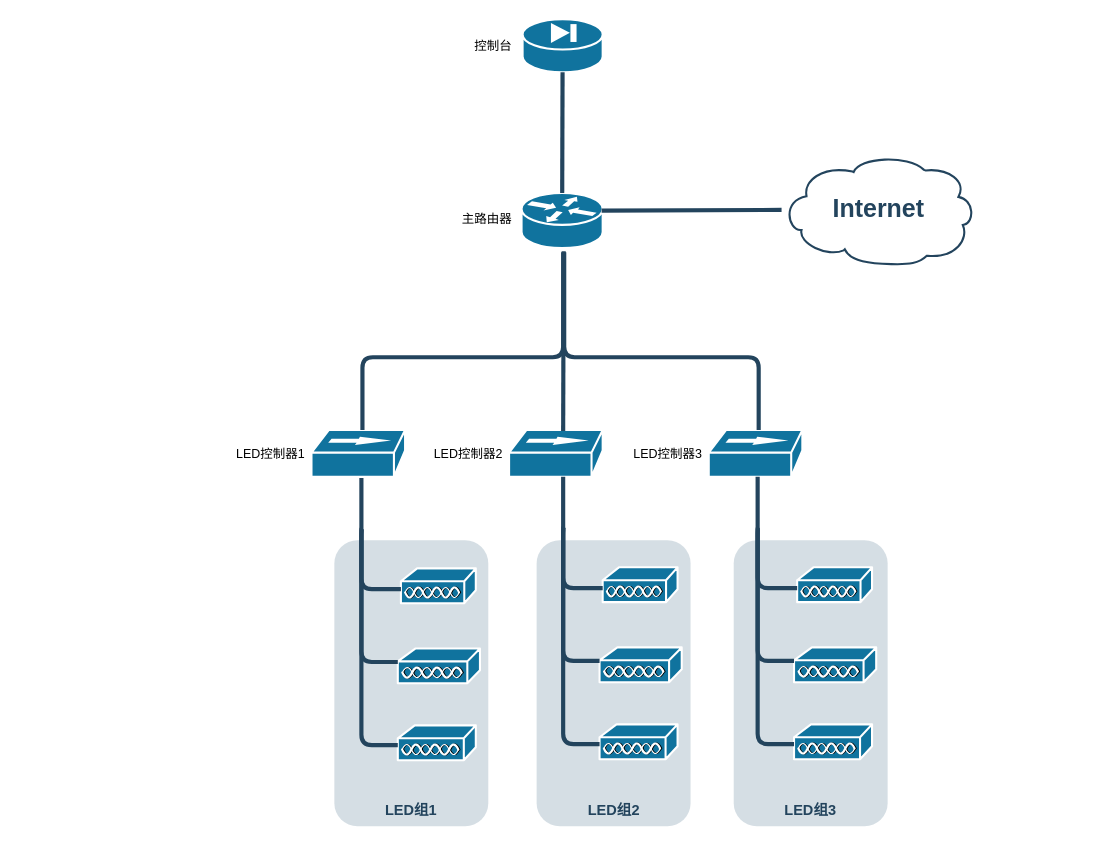
The draw.io diagram 未命名绘图.drawio in toxic80L/git-test, before the edit. Source tidied: cells renumbered, new cells numbered last; positions are measured from the earlier drawing's top-left corner, leaving out a move shared by most shapes. Both pictures are drawn from the tidied source at 104%, with x=0, y=0 at pixel (230, 19).
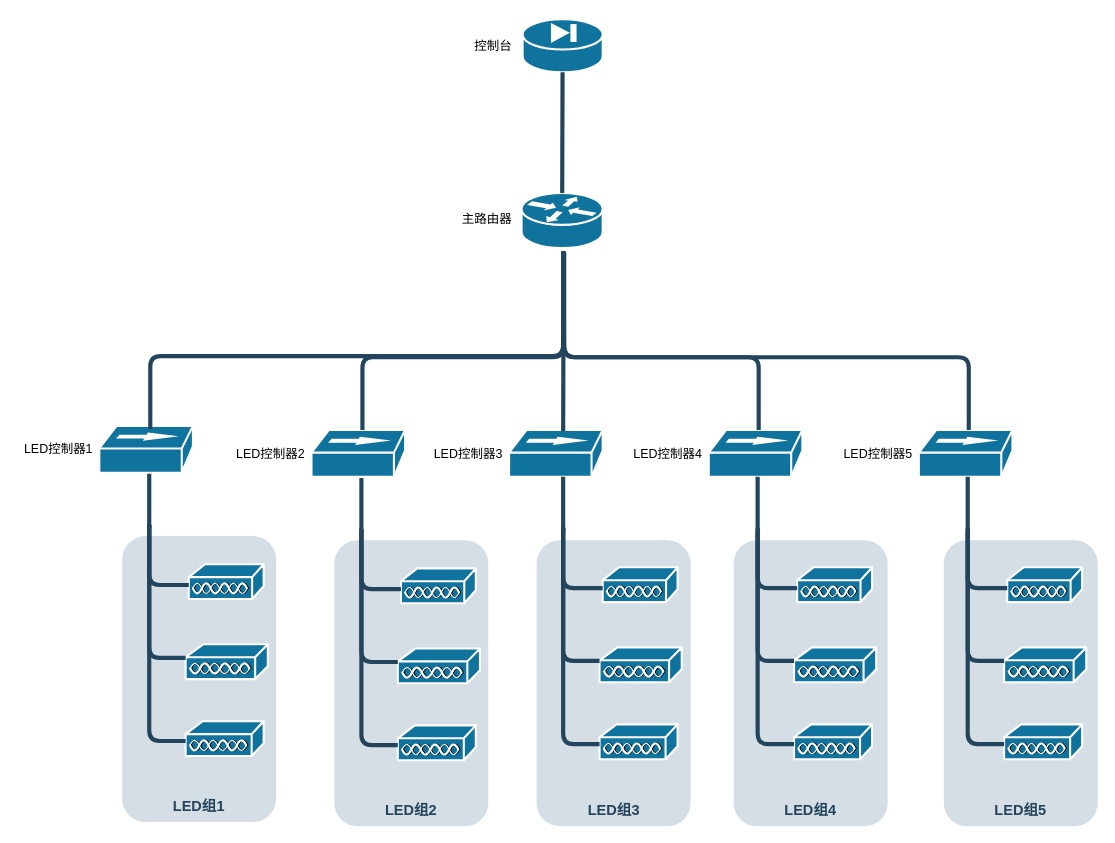
The same diagram, later.

Unchanged cells that the change refers to:
```xml
<mxCell id="7" style="shape=mxgraph.cisco.routers.router;html=1;dashed=0;fillColor=#10739E;strokeColor=#ffffff;strokeWidth=2;verticalLabelPosition=bottom;verticalAlign=top;fontFamily=Helvetica;fontSize=36;fontColor=#FFB366;" parent="1" vertex="1">
  <mxGeometry x="280" y="167" width="78" height="53" as="geometry" />
</mxCell>
```

Change to the diagram source:
```diff
@@
-    <mxCell id="6" value="Internet" style="shape=mxgraph.cisco.storage.cloud;html=1;dashed=0;strokeColor=#23445D;fillColor=#ffffff;strokeWidth=2;fontFamily=Helvetica;fontSize=24;fontColor=#23445D;align=center;fontStyle=1;" parent="1" vertex="1">
-      <mxGeometry x="530" y="130" width="186" height="106" as="geometry" />
-    </mxCell>
@@
-    <mxCell id="11" value="LED组1" style="rounded=1;whiteSpace=wrap;html=1;strokeColor=none;fillColor=none;fontSize=14;fontColor=#23445D;align=center;fontStyle=1;" parent="1" vertex="1">
+    <mxCell id="11" value="LED组2" style="rounded=1;whiteSpace=wrap;html=1;strokeColor=none;fillColor=none;fontSize=14;fontColor=#23445D;align=center;fontStyle=1;" parent="1" vertex="1">
       <mxGeometry x="126" y="751" width="96" height="19" as="geometry" />
     </mxCell>
-    <mxCell id="12" style="endArrow=none;html=1;rounded=1;strokeWidth=4;strokeColor=#23445D;exitX=0.987;exitY=0.321;exitDx=0;exitDy=0;exitPerimeter=0;" parent="1" edge="1" source="7" target="6">
-      <mxGeometry relative="1" as="geometry" />
-    </mxCell>
@@
-    <mxCell id="36" value="LED控制器1" style="text;html=1;strokeColor=none;fillColor=none;align=center;verticalAlign=middle;whiteSpace=wrap;rounded=0;" parent="1" vertex="1">
+    <mxCell id="36" value="LED控制器2" style="text;html=1;strokeColor=none;fillColor=none;align=center;verticalAlign=middle;whiteSpace=wrap;rounded=0;" parent="1" vertex="1">
       <mxGeometry y="402.5" width="78" height="30" as="geometry" />
     </mxCell>
@@
-    <mxCell id="38" value="LED组2" style="rounded=1;whiteSpace=wrap;html=1;strokeColor=none;fillColor=none;fontSize=14;fontColor=#23445D;align=center;fontStyle=1;" parent="1" vertex="1">
+    <mxCell id="38" value="LED组3" style="rounded=1;whiteSpace=wrap;html=1;strokeColor=none;fillColor=none;fontSize=14;fontColor=#23445D;align=center;fontStyle=1;" parent="1" vertex="1">
       <mxGeometry x="320.5" y="751" width="96" height="19" as="geometry" />
     </mxCell>
-    <mxCell id="39" value="LED组3" style="rounded=1;whiteSpace=wrap;html=1;strokeColor=none;fillColor=none;fontSize=14;fontColor=#23445D;align=center;fontStyle=1;" parent="1" vertex="1">
+    <mxCell id="39" value="LED组4" style="rounded=1;whiteSpace=wrap;html=1;strokeColor=none;fillColor=none;fontSize=14;fontColor=#23445D;align=center;fontStyle=1;" parent="1" vertex="1">
       <mxGeometry x="510" y="751" width="96" height="19" as="geometry" />
     </mxCell>
-    <mxCell id="40" value="LED控制器2" style="text;html=1;strokeColor=none;fillColor=none;align=center;verticalAlign=middle;whiteSpace=wrap;rounded=0;" parent="1" vertex="1">
+    <mxCell id="40" value="LED控制器3" style="text;html=1;strokeColor=none;fillColor=none;align=center;verticalAlign=middle;whiteSpace=wrap;rounded=0;" parent="1" vertex="1">
       <mxGeometry x="190" y="402.5" width="78" height="30" as="geometry" />
     </mxCell>
-    <mxCell id="41" value="LED控制器3" style="text;html=1;strokeColor=none;fillColor=none;align=center;verticalAlign=middle;whiteSpace=wrap;rounded=0;" parent="1" vertex="1">
+    <mxCell id="41" value="LED控制器4" style="text;html=1;strokeColor=none;fillColor=none;align=center;verticalAlign=middle;whiteSpace=wrap;rounded=0;" parent="1" vertex="1">
       <mxGeometry x="382" y="402.5" width="78" height="30" as="geometry" />
     </mxCell>
+    <mxCell id="42" style="rounded=1;whiteSpace=wrap;html=1;strokeColor=none;fillColor=#BAC8D3;fontSize=24;fontColor=#23445D;align=center;opacity=60;" parent="1" vertex="1">
+      <mxGeometry x="-104" y="497" width="148" height="275" as="geometry" />
+    </mxCell>
+    <mxCell id="43" value="LED组1" style="rounded=1;whiteSpace=wrap;html=1;strokeColor=none;fillColor=none;fontSize=14;fontColor=#23445D;align=center;fontStyle=1;" parent="1" vertex="1">
+      <mxGeometry x="-78" y="747" width="96" height="19" as="geometry" />
+    </mxCell>
+    <mxCell id="44" style="shape=mxgraph.cisco.hubs_and_gateways.100baset_hub;html=1;dashed=0;fillColor=#10739E;strokeColor=#ffffff;strokeWidth=2;verticalLabelPosition=bottom;verticalAlign=top;fontFamily=Helvetica;fontSize=36;fontColor=#FFB366;" parent="1" vertex="1">
+      <mxGeometry x="-126" y="391" width="90" height="45" as="geometry" />
+    </mxCell>
+    <mxCell id="45" style="edgeStyle=orthogonalEdgeStyle;rounded=1;html=1;strokeColor=#23445D;endArrow=none;endFill=0;strokeWidth=4;" parent="1" edge="1">
+      <mxGeometry relative="1" as="geometry">
+        <mxPoint x="320" y="227" as="sourcePoint" />
+        <mxPoint x="-77" y="394" as="targetPoint" />
+        <Array as="points">
+          <mxPoint x="320" y="223" />
+          <mxPoint x="320" y="324" />
+          <mxPoint x="-77" y="324" />
+        </Array>
+      </mxGeometry>
+    </mxCell>
+    <mxCell id="46" style="shape=mxgraph.cisco.misc.access_point;html=1;dashed=0;fillColor=#10739E;strokeColor=#ffffff;strokeWidth=2;verticalLabelPosition=bottom;verticalAlign=top;fontFamily=Helvetica;fontSize=36;fontColor=#FFB366;" parent="1" vertex="1">
+      <mxGeometry x="-43" y="601" width="79" height="34" as="geometry" />
+    </mxCell>
+    <mxCell id="47" style="shape=mxgraph.cisco.misc.access_point;html=1;dashed=0;fillColor=#10739E;strokeColor=#ffffff;strokeWidth=2;verticalLabelPosition=bottom;verticalAlign=top;fontFamily=Helvetica;fontSize=36;fontColor=#FFB366;" parent="1" vertex="1">
+      <mxGeometry x="-43" y="675" width="75" height="34" as="geometry" />
+    </mxCell>
+    <mxCell id="48" style="shape=mxgraph.cisco.misc.access_point;html=1;dashed=0;fillColor=#10739E;strokeColor=#ffffff;strokeWidth=2;verticalLabelPosition=bottom;verticalAlign=top;fontFamily=Helvetica;fontSize=36;fontColor=#FFB366;" parent="1" vertex="1">
+      <mxGeometry x="-40" y="524" width="72" height="34" as="geometry" />
+    </mxCell>
+    <mxCell id="49" style="edgeStyle=orthogonalEdgeStyle;rounded=1;html=1;strokeColor=#23445D;endArrow=none;endFill=0;strokeWidth=4;" parent="1" edge="1">
+      <mxGeometry relative="1" as="geometry">
+        <mxPoint x="-77" y="485" as="sourcePoint" />
+        <mxPoint x="-40" y="544" as="targetPoint" />
+        <Array as="points">
+          <mxPoint x="-78" y="544" />
+        </Array>
+      </mxGeometry>
+    </mxCell>
+    <mxCell id="50" style="edgeStyle=orthogonalEdgeStyle;rounded=1;html=1;strokeColor=#23445D;endArrow=none;endFill=0;strokeWidth=4;" parent="1" edge="1">
+      <mxGeometry relative="1" as="geometry">
+        <mxPoint x="-77" y="485" as="sourcePoint" />
+        <mxPoint x="-43" y="614" as="targetPoint" />
+        <Array as="points">
+          <mxPoint x="-78" y="614" />
+        </Array>
+      </mxGeometry>
+    </mxCell>
+    <mxCell id="51" style="edgeStyle=orthogonalEdgeStyle;rounded=1;html=1;strokeColor=#23445D;endArrow=none;endFill=0;strokeWidth=4;exitX=0.3;exitY=1.044;exitDx=0;exitDy=0;exitPerimeter=0;" parent="1" edge="1">
+      <mxGeometry relative="1" as="geometry">
+        <mxPoint x="-78" y="437" as="sourcePoint" />
+        <mxPoint x="-43" y="694" as="targetPoint" />
+        <Array as="points">
+          <mxPoint x="-78" y="694" />
+        </Array>
+      </mxGeometry>
+    </mxCell>
+    <mxCell id="52" value="LED控制器1" style="text;html=1;strokeColor=none;fillColor=none;align=center;verticalAlign=middle;whiteSpace=wrap;rounded=0;" parent="1" vertex="1">
+      <mxGeometry x="-204" y="398.5" width="78" height="30" as="geometry" />
+    </mxCell>
+    <mxCell id="53" style="rounded=1;whiteSpace=wrap;html=1;strokeColor=none;fillColor=#BAC8D3;fontSize=24;fontColor=#23445D;align=center;opacity=60;imageAspect=1;shadow=0;" parent="1" vertex="1">
+      <mxGeometry x="686" y="501" width="148" height="275" as="geometry" />
+    </mxCell>
+    <mxCell id="54" style="shape=mxgraph.cisco.hubs_and_gateways.100baset_hub;html=1;dashed=0;fillColor=#10739E;strokeColor=#ffffff;strokeWidth=2;verticalLabelPosition=bottom;verticalAlign=top;fontFamily=Helvetica;fontSize=36;fontColor=#FFB366;" parent="1" vertex="1">
+      <mxGeometry x="662" y="395" width="90" height="45" as="geometry" />
+    </mxCell>
+    <mxCell id="55" style="edgeStyle=orthogonalEdgeStyle;rounded=1;html=1;strokeColor=#23445D;endArrow=none;endFill=0;strokeWidth=4;exitX=0.513;exitY=1.057;exitDx=0;exitDy=0;exitPerimeter=0;" parent="1" edge="1" source="7">
+      <mxGeometry relative="1" as="geometry">
+        <mxPoint x="710" y="395" as="targetPoint" />
+        <Array as="points">
+          <mxPoint x="321" y="325" />
+          <mxPoint x="710" y="325" />
+        </Array>
+      </mxGeometry>
+    </mxCell>
+    <mxCell id="56" style="shape=mxgraph.cisco.misc.access_point;html=1;dashed=0;fillColor=#10739E;strokeColor=#ffffff;strokeWidth=2;verticalLabelPosition=bottom;verticalAlign=top;fontFamily=Helvetica;fontSize=36;fontColor=#FFB366;" parent="1" vertex="1">
+      <mxGeometry x="744" y="604" width="79" height="34" as="geometry" />
+    </mxCell>
+    <mxCell id="57" style="shape=mxgraph.cisco.misc.access_point;html=1;dashed=0;fillColor=#10739E;strokeColor=#ffffff;strokeWidth=2;verticalLabelPosition=bottom;verticalAlign=top;fontFamily=Helvetica;fontSize=36;fontColor=#FFB366;" parent="1" vertex="1">
+      <mxGeometry x="744" y="678" width="75" height="34" as="geometry" />
+    </mxCell>
+    <mxCell id="58" style="shape=mxgraph.cisco.misc.access_point;html=1;dashed=0;fillColor=#10739E;strokeColor=#ffffff;strokeWidth=2;verticalLabelPosition=bottom;verticalAlign=top;fontFamily=Helvetica;fontSize=36;fontColor=#FFB366;" parent="1" vertex="1">
+      <mxGeometry x="747" y="527" width="72" height="34" as="geometry" />
+    </mxCell>
+    <mxCell id="59" style="edgeStyle=orthogonalEdgeStyle;rounded=1;html=1;strokeColor=#23445D;endArrow=none;endFill=0;strokeWidth=4;" parent="1" edge="1">
+      <mxGeometry relative="1" as="geometry">
+        <mxPoint x="710" y="488" as="sourcePoint" />
+        <mxPoint x="747" y="547" as="targetPoint" />
+        <Array as="points">
+          <mxPoint x="709" y="547" />
+        </Array>
+      </mxGeometry>
+    </mxCell>
+    <mxCell id="60" style="edgeStyle=orthogonalEdgeStyle;rounded=1;html=1;strokeColor=#23445D;endArrow=none;endFill=0;strokeWidth=4;" parent="1" edge="1">
+      <mxGeometry relative="1" as="geometry">
+        <mxPoint x="710" y="488" as="sourcePoint" />
+        <mxPoint x="744" y="617" as="targetPoint" />
+        <Array as="points">
+          <mxPoint x="709" y="617" />
+        </Array>
+      </mxGeometry>
+    </mxCell>
+    <mxCell id="61" style="edgeStyle=orthogonalEdgeStyle;rounded=1;html=1;strokeColor=#23445D;endArrow=none;endFill=0;strokeWidth=4;exitX=0.3;exitY=1.044;exitDx=0;exitDy=0;exitPerimeter=0;" parent="1" edge="1">
+      <mxGeometry relative="1" as="geometry">
+        <mxPoint x="709" y="440" as="sourcePoint" />
+        <mxPoint x="744" y="697" as="targetPoint" />
+        <Array as="points">
+          <mxPoint x="709" y="697" />
+        </Array>
+      </mxGeometry>
+    </mxCell>
+    <mxCell id="62" value="LED组5" style="rounded=1;whiteSpace=wrap;html=1;strokeColor=none;fillColor=none;fontSize=14;fontColor=#23445D;align=center;fontStyle=1;" parent="1" vertex="1">
+      <mxGeometry x="712" y="751" width="96" height="19" as="geometry" />
+    </mxCell>
+    <mxCell id="63" value="LED控制器5" style="text;html=1;strokeColor=none;fillColor=none;align=center;verticalAlign=middle;whiteSpace=wrap;rounded=0;" parent="1" vertex="1">
+      <mxGeometry x="584" y="402.5" width="78" height="30" as="geometry" />
+    </mxCell>
```
